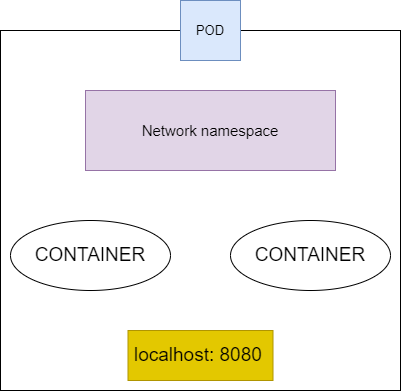
This is Page_images/C-2-C-networking.drawio.png from dikshita-git/RP_Study-on-Ingress-and-its-security-IPv4-IPv6-, a draw.io export, as it was before one commit. Source tidied: cells renumbered, new cells last; positions are measured from the earlier drawing's top-left corner, leaving out a move shared by most shapes.
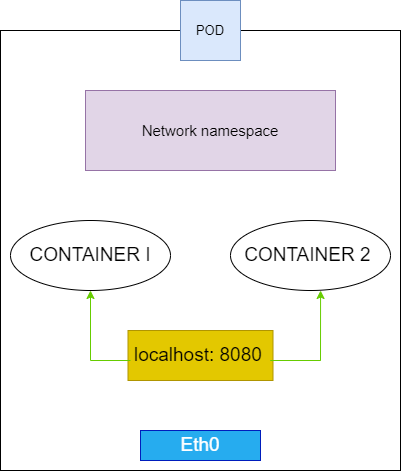
Above is the later version.

The edit, as a diff of the source:
```diff
@@ -3,7 +3,7 @@
     <mxCell id="0" />
     <mxCell id="1" parent="0" />
     <mxCell id="2" style="rounded=0;whiteSpace=wrap;html=1;" parent="1" vertex="1">
-      <mxGeometry y="30" width="400" height="360" as="geometry" />
+      <mxGeometry y="30" width="400" height="440" as="geometry" />
     </mxCell>
     <mxCell id="3" value="&lt;font style=&quot;font-size: 13px;&quot;&gt;POD&lt;/font&gt;" style="text;html=1;strokeColor=#6c8ebf;fillColor=#dae8fc;align=center;verticalAlign=middle;whiteSpace=wrap;rounded=0;" parent="1" vertex="1">
       <mxGeometry x="180" width="60" height="60" as="geometry" />
@@ -11,14 +11,41 @@
     <mxCell id="4" value="&lt;font style=&quot;font-size: 15px;&quot;&gt;Network namespace&lt;/font&gt;" style="rounded=0;whiteSpace=wrap;html=1;fillColor=#e1d5e7;strokeColor=#9673a6;" parent="1" vertex="1">
       <mxGeometry x="85" y="90" width="250" height="80" as="geometry" />
     </mxCell>
-    <mxCell id="5" value="CONTAINER" style="ellipse;whiteSpace=wrap;html=1;fontSize=19;" parent="1" vertex="1">
+    <mxCell id="5" value="CONTAINER I" style="ellipse;whiteSpace=wrap;html=1;fontSize=19;" parent="1" vertex="1">
       <mxGeometry x="10" y="220" width="160" height="70" as="geometry" />
     </mxCell>
-    <mxCell id="6" value="CONTAINER" style="ellipse;whiteSpace=wrap;html=1;fontSize=19;" parent="1" vertex="1">
+    <mxCell id="6" value="CONTAINER 2&amp;nbsp;" style="ellipse;whiteSpace=wrap;html=1;fontSize=19;" parent="1" vertex="1">
       <mxGeometry x="230" y="220" width="160" height="70" as="geometry" />
     </mxCell>
     <mxCell id="7" value="localhost: 8080&amp;nbsp;" style="rounded=0;whiteSpace=wrap;html=1;fontSize=19;fillColor=#e3c800;fontColor=#000000;strokeColor=#B09500;" parent="1" vertex="1">
       <mxGeometry x="127.5" y="330" width="145" height="50" as="geometry" />
     </mxCell>
+    <mxCell id="8" style="endArrow=classic;html=1;rounded=0;fontSize=19;entryX=0.5;entryY=1;entryDx=0;entryDy=0;entryPerimeter=0;fillColor=#b0e3e6;strokeColor=#66CC00;" parent="1" edge="1" target="5">
+      <mxGeometry relative="1" as="geometry">
+        <mxPoint x="90" y="360" as="sourcePoint" />
+      </mxGeometry>
+    </mxCell>
+    <mxCell id="9" style="endArrow=classic;html=1;rounded=0;fontSize=19;entryX=0.563;entryY=1;entryDx=0;entryDy=0;entryPerimeter=0;strokeColor=#66CC00;" parent="1" edge="1" target="6">
+      <mxGeometry relative="1" as="geometry">
+        <mxPoint x="320" y="360" as="sourcePoint" />
+      </mxGeometry>
+    </mxCell>
+    <mxCell id="10" style="endArrow=none;html=1;rounded=0;fontSize=19;strokeColor=#66CC00;entryX=0.017;entryY=0.6;entryDx=0;entryDy=0;entryPerimeter=0;" parent="1" edge="1" target="7">
+      <mxGeometry relative="1" as="geometry">
+        <mxPoint x="90" y="360" as="sourcePoint" />
+      </mxGeometry>
+    </mxCell>
+    <mxCell id="11" style="endArrow=none;html=1;rounded=0;fontSize=19;strokeColor=#66CC00;" parent="1" edge="1">
+      <mxGeometry relative="1" as="geometry">
+        <mxPoint x="270" y="360" as="sourcePoint" />
+        <mxPoint x="270" y="360" as="targetPoint" />
+        <Array as="points">
+          <mxPoint x="320" y="360" />
+        </Array>
+      </mxGeometry>
+    </mxCell>
+    <mxCell id="12" value="Eth0" style="rounded=0;whiteSpace=wrap;html=1;fontSize=19;fillColor=#26ACEF;strokeColor=#001DBC;fontColor=#ffffff;" parent="1" vertex="1">
+      <mxGeometry x="140" y="430" width="120" height="30" as="geometry" />
+    </mxCell>
   </root>
 </mxGraphModel>
```
